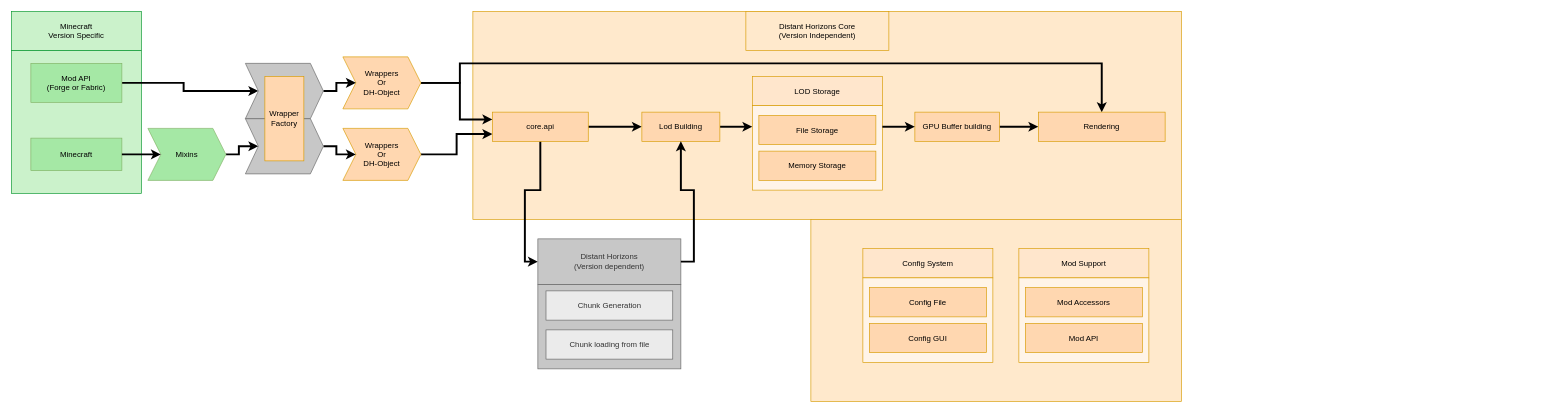
This is _wiki-files/a1.6_Flow_Diagram_Overview.drawio from pnor/distant-horizons-core, a draw.io file, before an edit. Source tidied: cells renumbered, new cells numbered last; positions are measured from the earlier drawing's top-left corner, leaving out a move shared by most shapes. Both pictures are drawn from the tidied source at 65%, with x=0, y=0 at pixel (11, 11).
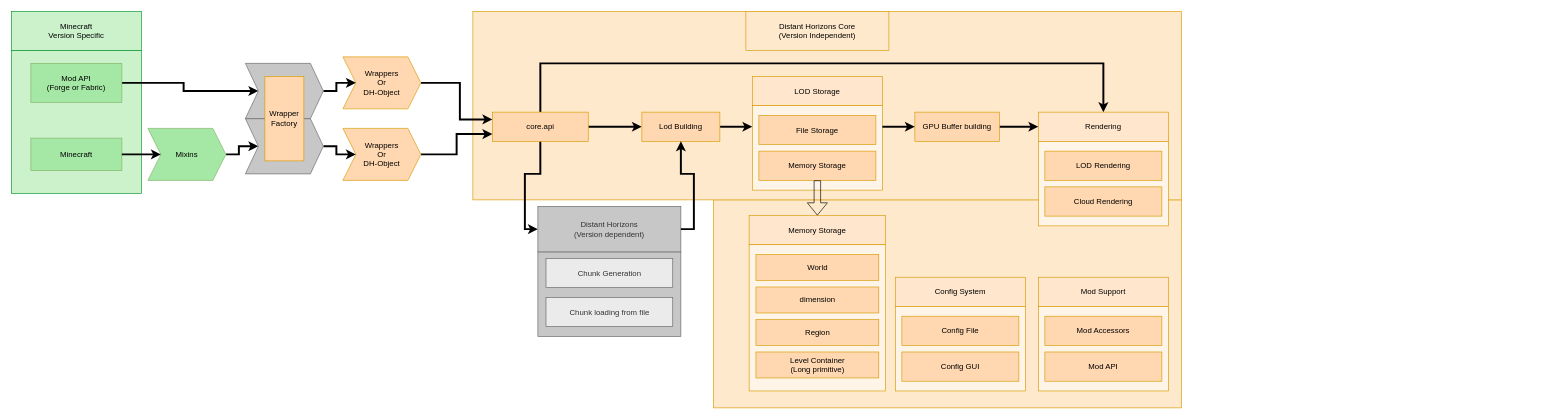
After the change.

Commit message:
Add a few missing items to a1.6_Flow_Diagram_Overview.drawio

The change refers to these unchanged cells:
```xml
<mxCell id="11" value="Wrappers&lt;br&gt;Or&lt;br&gt;&lt;div&gt;DH-Object&lt;/div&gt;" style="shape=step;perimeter=stepPerimeter;whiteSpace=wrap;html=1;fixedSize=1;fillColor=#FFD7B0;strokeColor=#d79b00;rounded=0;labelBackgroundColor=none;" parent="1" vertex="1">
  <mxGeometry x="510" y="70" width="120" height="80" as="geometry" />
</mxCell>
<mxCell id="19" value="core.api" style="rounded=0;whiteSpace=wrap;html=1;labelBackgroundColor=none;fillColor=#FFD7B0;strokeColor=#d79b00;" parent="1" vertex="1">
  <mxGeometry x="740" y="155" width="147.5" height="45" as="geometry" />
</mxCell>
<mxCell id="26" value="GPU Buffer building" style="rounded=0;whiteSpace=wrap;html=1;labelBackgroundColor=none;fillColor=#FFD7B0;strokeColor=#d79b00;" parent="1" vertex="1">
  <mxGeometry x="1390" y="155" width="130" height="45" as="geometry" />
</mxCell>
<mxCell id="41" style="group;" parent="1" vertex="1">
  <mxGeometry x="1140" y="100" width="200" height="175" as="geometry" />
</mxCell>
```

Change to the diagram source:
```diff
@@
+    <mxCell id="53" style="rounded=0;whiteSpace=wrap;html=1;labelBackgroundColor=none;fillColor=#FFE9CC;strokeColor=#d79b00;shadow=0;" parent="1" vertex="1">
+      <mxGeometry x="1080" y="290" width="720" height="320" as="geometry" />
+    </mxCell>
     <mxCell id="2" style="rounded=0;whiteSpace=wrap;html=1;labelBackgroundColor=none;fillColor=#FFE9CC;strokeColor=#d79b00;" parent="1" vertex="1">
-      <mxGeometry x="710" width="1090" height="320" as="geometry" />
+      <mxGeometry x="710" width="1090" height="290" as="geometry" />
     </mxCell>
@@
-    <mxCell id="10" style="edgeStyle=orthogonalEdgeStyle;rounded=0;jettySize=auto;html=1;exitX=1;exitY=0.5;exitDx=0;exitDy=0;entryX=0.5;entryY=0;entryDx=0;entryDy=0;fontColor=#FFFFFF;strokeWidth=3;" parent="1" edge="1" source="11" target="27">
+    <mxCell id="10" style="edgeStyle=orthogonalEdgeStyle;rounded=0;jettySize=auto;html=1;entryX=0.5;entryY=0;entryDx=0;entryDy=0;fontColor=#FFFFFF;strokeWidth=3;" parent="1" edge="1" source="19" target="27">
       <mxGeometry relative="1" as="geometry">
         <Array as="points">
-          <mxPoint x="690" y="110" />
-          <mxPoint x="690" y="80" />
-          <mxPoint x="1678" y="80" />
-          <mxPoint x="1678" y="155" />
+          <mxPoint x="814" y="80" />
+          <mxPoint x="1680" y="80" />
         </Array>
       </mxGeometry>
     </mxCell>
@@
-    <mxCell id="25" style="edgeStyle=orthogonalEdgeStyle;rounded=0;jettySize=auto;html=1;exitX=1;exitY=0.5;exitDx=0;exitDy=0;entryX=0;entryY=0.5;entryDx=0;entryDy=0;fontColor=#FFFFFF;strokeWidth=3;" parent="1" edge="1" source="26" target="27">
+    <mxCell id="25" style="edgeStyle=orthogonalEdgeStyle;rounded=0;jettySize=auto;html=1;exitX=1;exitY=0.5;exitDx=0;exitDy=0;entryX=0;entryY=0.5;entryDx=0;entryDy=0;strokeWidth=3;" parent="1" edge="1" source="26" target="27">
       <mxGeometry relative="1" as="geometry" />
     </mxCell>
@@
-    <mxCell id="27" value="Rendering" style="rounded=0;whiteSpace=wrap;html=1;labelBackgroundColor=none;fillColor=#FFD7B0;strokeColor=#d79b00;" parent="1" vertex="1">
-      <mxGeometry x="1580" y="155" width="195" height="45" as="geometry" />
-    </mxCell>
@@
-    <mxCell id="30" style="group;" parent="1" vertex="1">
-      <mxGeometry x="1310" y="325" width="1040" height="275" as="geometry" />
-    </mxCell>
-    <mxCell id="31" style="rounded=0;whiteSpace=wrap;html=1;labelBackgroundColor=none;fillColor=#FFE9CC;strokeColor=#d79b00;" parent="30" vertex="1">
-      <mxGeometry x="-80" y="-5" width="570" height="280" as="geometry" />
-    </mxCell>
-    <mxCell id="32" style="group;" parent="30" vertex="1">
-      <mxGeometry x="240" y="40" width="200" height="175" as="geometry" />
-    </mxCell>
-    <mxCell id="33" value="Mod Support" style="rounded=0;whiteSpace=wrap;html=1;labelBackgroundColor=none;fillColor=#ffe6cc;strokeColor=#d79b00;" parent="32" vertex="1">
-      <mxGeometry width="200" height="45" as="geometry" />
-    </mxCell>
-    <mxCell id="34" style="rounded=0;whiteSpace=wrap;html=1;labelBackgroundColor=none;fillColor=#FFF4E8;strokeColor=#d79b00;" parent="32" vertex="1">
-      <mxGeometry y="45" width="200" height="130" as="geometry" />
-    </mxCell>
-    <mxCell id="35" value="Mod API" style="rounded=0;whiteSpace=wrap;html=1;labelBackgroundColor=none;fillColor=#FFD7B0;strokeColor=#d79b00;" parent="32" vertex="1">
-      <mxGeometry x="10" y="115" width="180" height="45" as="geometry" />
-    </mxCell>
-    <mxCell id="36" value="Mod Accessors" style="rounded=0;whiteSpace=wrap;html=1;labelBackgroundColor=none;fillColor=#FFD7B0;strokeColor=#d79b00;" parent="32" vertex="1">
-      <mxGeometry x="10" y="60" width="180" height="45" as="geometry" />
-    </mxCell>
-    <mxCell id="37" value="Config System" style="rounded=0;whiteSpace=wrap;html=1;labelBackgroundColor=none;fillColor=#ffe6cc;strokeColor=#d79b00;" parent="30" vertex="1">
-      <mxGeometry y="40" width="200" height="45" as="geometry" />
-    </mxCell>
-    <mxCell id="38" style="rounded=0;whiteSpace=wrap;html=1;labelBackgroundColor=none;fillColor=#FFF4E8;strokeColor=#d79b00;" parent="30" vertex="1">
-      <mxGeometry y="85" width="200" height="130" as="geometry" />
-    </mxCell>
-    <mxCell id="39" value="Config GUI" style="rounded=0;whiteSpace=wrap;html=1;labelBackgroundColor=none;fillColor=#FFD7B0;strokeColor=#d79b00;" parent="30" vertex="1">
-      <mxGeometry x="10" y="155" width="180" height="45" as="geometry" />
-    </mxCell>
-    <mxCell id="40" value="Config File" style="rounded=0;whiteSpace=wrap;html=1;labelBackgroundColor=none;fillColor=#FFD7B0;strokeColor=#d79b00;" parent="30" vertex="1">
-      <mxGeometry x="10" y="100" width="180" height="45" as="geometry" />
-    </mxCell>
@@
+    <mxCell id="54" style="group;" parent="41" vertex="1">
+      <mxGeometry width="200" height="175" as="geometry" />
+    </mxCell>
-    <mxCell id="42" value="LOD Storage" style="rounded=0;whiteSpace=wrap;html=1;labelBackgroundColor=none;fillColor=#ffe6cc;strokeColor=#d79b00;" parent="41" vertex="1">
+    <mxCell id="42" value="LOD Storage" style="rounded=0;whiteSpace=wrap;html=1;labelBackgroundColor=none;fillColor=#ffe6cc;strokeColor=#d79b00;" parent="54" vertex="1">
       <mxGeometry width="200" height="45" as="geometry" />
     </mxCell>
-    <mxCell id="43" style="rounded=0;whiteSpace=wrap;html=1;labelBackgroundColor=none;fillColor=#FFF4E8;strokeColor=#d79b00;" parent="41" vertex="1">
+    <mxCell id="43" style="rounded=0;whiteSpace=wrap;html=1;labelBackgroundColor=none;fillColor=#FFF4E8;strokeColor=#d79b00;" parent="54" vertex="1">
       <mxGeometry y="45" width="200" height="130" as="geometry" />
     </mxCell>
-    <mxCell id="44" value="Memory Storage" style="rounded=0;whiteSpace=wrap;html=1;labelBackgroundColor=none;fillColor=#FFD7B0;strokeColor=#d79b00;" parent="41" vertex="1">
+    <mxCell id="44" value="Memory Storage" style="rounded=0;whiteSpace=wrap;html=1;labelBackgroundColor=none;fillColor=#FFD7B0;strokeColor=#d79b00;" parent="54" vertex="1">
       <mxGeometry x="10" y="115" width="180" height="45" as="geometry" />
     </mxCell>
-    <mxCell id="45" value="&lt;div&gt;File Storage&lt;/div&gt;" style="rounded=0;whiteSpace=wrap;html=1;labelBackgroundColor=none;fillColor=#FFD7B0;strokeColor=#d79b00;" parent="41" vertex="1">
+    <mxCell id="45" value="&lt;div&gt;File Storage&lt;/div&gt;" style="rounded=0;whiteSpace=wrap;html=1;labelBackgroundColor=none;fillColor=#FFD7B0;strokeColor=#d79b00;" parent="54" vertex="1">
       <mxGeometry x="10" y="60" width="180" height="45" as="geometry" />
     </mxCell>
     <mxCell id="46" style="group;" parent="1" vertex="1">
-      <mxGeometry x="810" y="350" width="220" height="200" as="geometry" />
+      <mxGeometry x="810" y="300" width="220" height="200" as="geometry" />
     </mxCell>
@@
+    <mxCell id="55" style="group;" parent="1" vertex="1">
+      <mxGeometry x="1135" y="314" width="210" height="270" as="geometry" />
+    </mxCell>
+    <mxCell id="56" value="Memory Storage" style="rounded=0;whiteSpace=wrap;html=1;labelBackgroundColor=none;fillColor=#ffe6cc;strokeColor=#d79b00;" parent="55" vertex="1">
+      <mxGeometry width="210" height="45" as="geometry" />
+    </mxCell>
+    <mxCell id="57" style="rounded=0;whiteSpace=wrap;html=1;labelBackgroundColor=none;fillColor=#FFF4E8;strokeColor=#d79b00;" parent="55" vertex="1">
+      <mxGeometry y="45" width="210" height="225" as="geometry" />
+    </mxCell>
+    <mxCell id="58" value="dimension" style="rounded=0;whiteSpace=wrap;html=1;labelBackgroundColor=none;fillColor=#FFD7B0;strokeColor=#d79b00;" parent="55" vertex="1">
+      <mxGeometry x="10.5" y="110" width="189" height="40" as="geometry" />
+    </mxCell>
+    <mxCell id="59" value="World" style="rounded=0;whiteSpace=wrap;html=1;labelBackgroundColor=none;fillColor=#FFD7B0;strokeColor=#d79b00;" parent="55" vertex="1">
+      <mxGeometry x="10.5" y="60" width="189" height="40" as="geometry" />
+    </mxCell>
+    <mxCell id="60" value="Region" style="rounded=0;whiteSpace=wrap;html=1;labelBackgroundColor=none;fillColor=#FFD7B0;strokeColor=#d79b00;" parent="55" vertex="1">
+      <mxGeometry x="10.5" y="160" width="189" height="40" as="geometry" />
+    </mxCell>
+    <mxCell id="61" value="Level Container&lt;br&gt;(Long primitive)" style="rounded=0;whiteSpace=wrap;html=1;labelBackgroundColor=none;fillColor=#FFD7B0;strokeColor=#d79b00;" parent="55" vertex="1">
+      <mxGeometry x="10.5" y="210" width="189" height="40" as="geometry" />
+    </mxCell>
+    <mxCell id="62" style="group;" parent="1" vertex="1">
+      <mxGeometry x="1360" y="409" width="200" height="175" as="geometry" />
+    </mxCell>
+    <mxCell id="37" value="Config System" style="rounded=0;whiteSpace=wrap;html=1;labelBackgroundColor=none;fillColor=#ffe6cc;strokeColor=#d79b00;" parent="62" vertex="1">
+      <mxGeometry width="200" height="45" as="geometry" />
+    </mxCell>
+    <mxCell id="63" style="rounded=0;whiteSpace=wrap;html=1;labelBackgroundColor=none;fillColor=#FFF4E8;strokeColor=#d79b00;" parent="62" vertex="1">
+      <mxGeometry y="45" width="200" height="130" as="geometry" />
+    </mxCell>
+    <mxCell id="39" value="Config GUI" style="rounded=0;whiteSpace=wrap;html=1;labelBackgroundColor=none;fillColor=#FFD7B0;strokeColor=#d79b00;" parent="62" vertex="1">
+      <mxGeometry x="10" y="115" width="180" height="45" as="geometry" />
+    </mxCell>
+    <mxCell id="40" value="Config File" style="rounded=0;whiteSpace=wrap;html=1;labelBackgroundColor=none;fillColor=#FFD7B0;strokeColor=#d79b00;" parent="62" vertex="1">
+      <mxGeometry x="10" y="60" width="180" height="45" as="geometry" />
+    </mxCell>
+    <mxCell id="64" style="group;" parent="1" vertex="1">
+      <mxGeometry x="1580" y="155" width="200" height="175" as="geometry" />
+    </mxCell>
+    <mxCell id="27" value="Rendering" style="rounded=0;whiteSpace=wrap;html=1;labelBackgroundColor=none;fillColor=#ffe6cc;strokeColor=#d79b00;" parent="64" vertex="1">
+      <mxGeometry width="200" height="45" as="geometry" />
+    </mxCell>
+    <mxCell id="65" style="rounded=0;whiteSpace=wrap;html=1;labelBackgroundColor=none;fillColor=#FFF4E8;strokeColor=#d79b00;" parent="64" vertex="1">
+      <mxGeometry y="45" width="200" height="130" as="geometry" />
+    </mxCell>
+    <mxCell id="66" value="Cloud Rendering" style="rounded=0;whiteSpace=wrap;html=1;labelBackgroundColor=none;fillColor=#FFD7B0;strokeColor=#d79b00;" parent="64" vertex="1">
+      <mxGeometry x="10" y="115" width="180" height="45" as="geometry" />
+    </mxCell>
+    <mxCell id="67" value="LOD Rendering" style="rounded=0;whiteSpace=wrap;html=1;labelBackgroundColor=none;fillColor=#FFD7B0;strokeColor=#d79b00;" parent="64" vertex="1">
+      <mxGeometry x="10" y="60" width="180" height="45" as="geometry" />
+    </mxCell>
+    <mxCell id="68" style="group;" parent="1" vertex="1">
+      <mxGeometry x="1580" y="409" width="200" height="175" as="geometry" />
+    </mxCell>
+    <mxCell id="33" value="Mod Support" style="rounded=0;whiteSpace=wrap;html=1;labelBackgroundColor=none;fillColor=#ffe6cc;strokeColor=#d79b00;" parent="68" vertex="1">
+      <mxGeometry width="200" height="45" as="geometry" />
+    </mxCell>
+    <mxCell id="69" style="rounded=0;whiteSpace=wrap;html=1;labelBackgroundColor=none;fillColor=#FFF4E8;strokeColor=#d79b00;" parent="68" vertex="1">
+      <mxGeometry y="45" width="200" height="130" as="geometry" />
+    </mxCell>
+    <mxCell id="35" value="Mod API" style="rounded=0;whiteSpace=wrap;html=1;labelBackgroundColor=none;fillColor=#FFD7B0;strokeColor=#d79b00;" parent="68" vertex="1">
+      <mxGeometry x="10" y="115" width="180" height="45" as="geometry" />
+    </mxCell>
+    <mxCell id="36" value="&lt;div&gt;Mod Accessors&lt;/div&gt;" style="rounded=0;whiteSpace=wrap;html=1;labelBackgroundColor=none;fillColor=#FFD7B0;strokeColor=#d79b00;" parent="68" vertex="1">
+      <mxGeometry x="10" y="60" width="180" height="45" as="geometry" />
+    </mxCell>
+    <mxCell id="70" style="shape=flexArrow;endArrow=classic;html=1;rounded=0;exitX=0.5;exitY=1;exitDx=0;exitDy=0;entryX=0.5;entryY=0;entryDx=0;entryDy=0;" parent="1" edge="1" source="44" target="56">
+      <mxGeometry relative="1" as="geometry" />
+    </mxCell>
```
